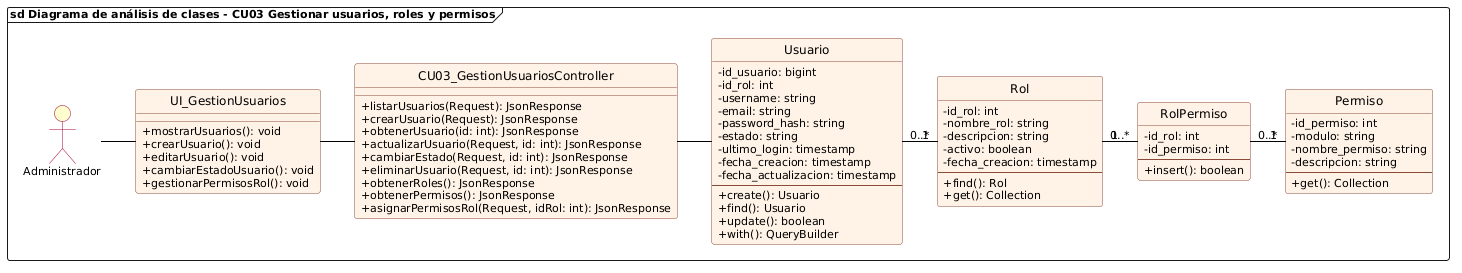
The PlantUML diagram diagramas/cu03_analisis_gestionar_usuarios_roles.png in DiogoMars777/CITAS_MEDICAS, before a commit.
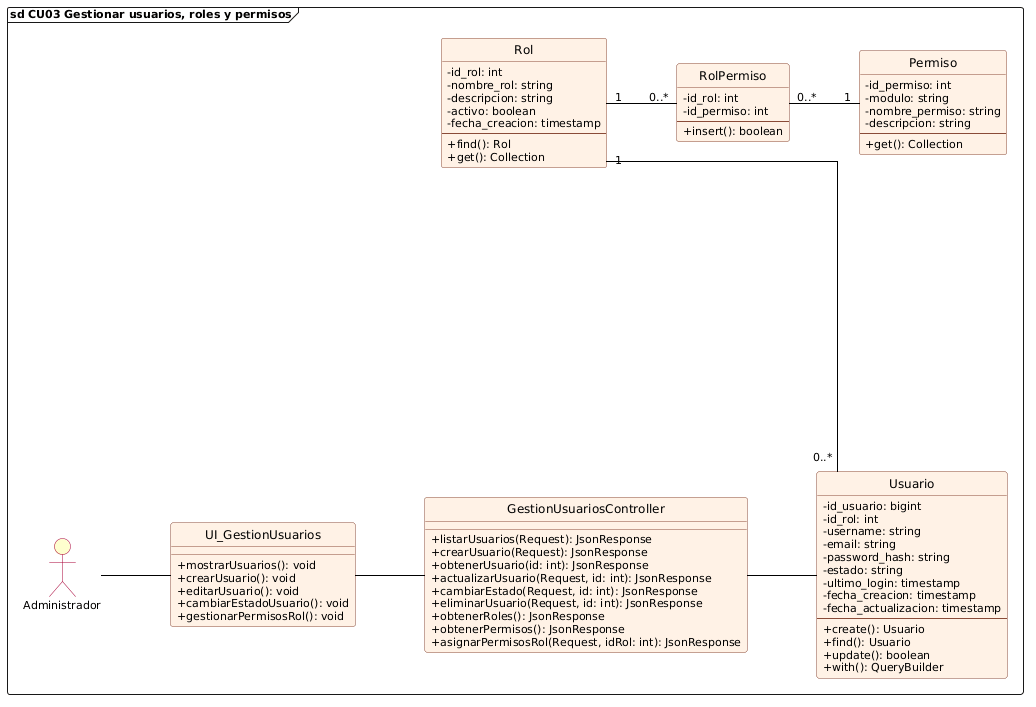
Above is the later version.

Change to the diagram source:
```diff
@@ -1,6 +1,9 @@
 @startuml cu03_analisis_gestionar_usuarios_roles
 allowmixing
 
+skinparam linetype ortho
+skinparam nodesep 70
+skinparam ranksep 60
 skinparam backgroundColor white
 skinparam defaultFontName "Segoe UI"
 skinparam defaultFontSize 11
@@ -21,7 +24,7 @@
     BorderColor #A80036
 }
 
-frame "sd Diagrama de análisis de clases - CU03 Gestionar usuarios, roles y permisos" {
+frame "sd CU03 Gestionar usuarios, roles y permisos" {
     actor Administrador
 
     class UI_GestionUsuarios {
@@ -32,7 +35,7 @@
         + gestionarPermisosRol(): void
     }
 
-    class CU03_GestionUsuariosController {
+    class GestionUsuariosController {
         + listarUsuarios(Request): JsonResponse
         + crearUsuario(Request): JsonResponse
         + obtenerUsuario(id: int): JsonResponse
@@ -89,11 +92,11 @@
     }
 
     Administrador -right- UI_GestionUsuarios
-    UI_GestionUsuarios -right- CU03_GestionUsuariosController
-    CU03_GestionUsuariosController -right- Usuario
+    UI_GestionUsuarios -right- GestionUsuariosController
+    GestionUsuariosController -right- Usuario
 
-    Usuario "0..*" -right- "1" Rol
-    Rol "1" -right- "0..*" RolPermiso
-    RolPermiso "0..*" -right- "1" Permiso
+    Usuario "0..*" ---up--- "1" Rol
+    Rol "1" ---right--- "0..*" RolPermiso
+    RolPermiso "0..*" ---right--- "1" Permiso
 }
 @enduml
```
